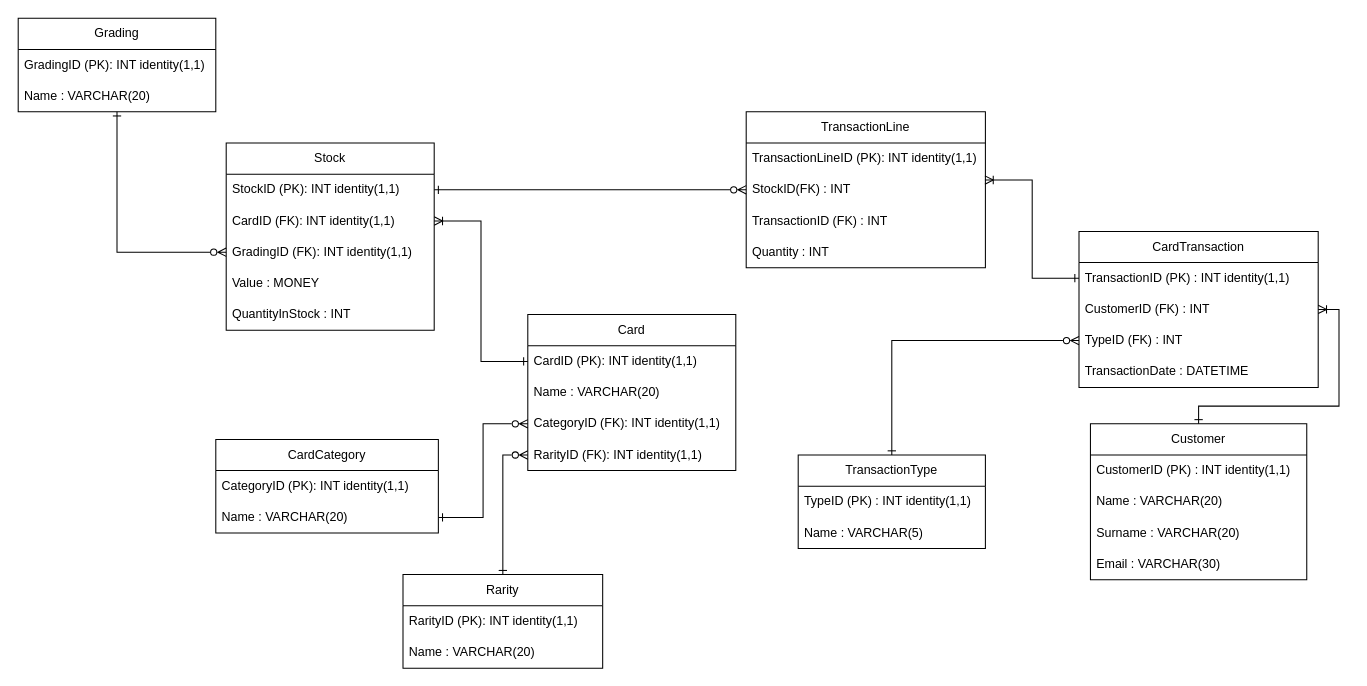
Before: Documentation/LevelUp1LogicalERD.drawio in bbd-grad-levelups/Fantasy-Trading-Card-Database, a draw.io diagram. Source tidied: cells renumbered, new cells numbered last; positions are measured from the earlier drawing's top-left corner, leaving out a move shared by most shapes. Both pictures are drawn from the tidied source at 104%, with x=0, y=0 at pixel (18, 18).
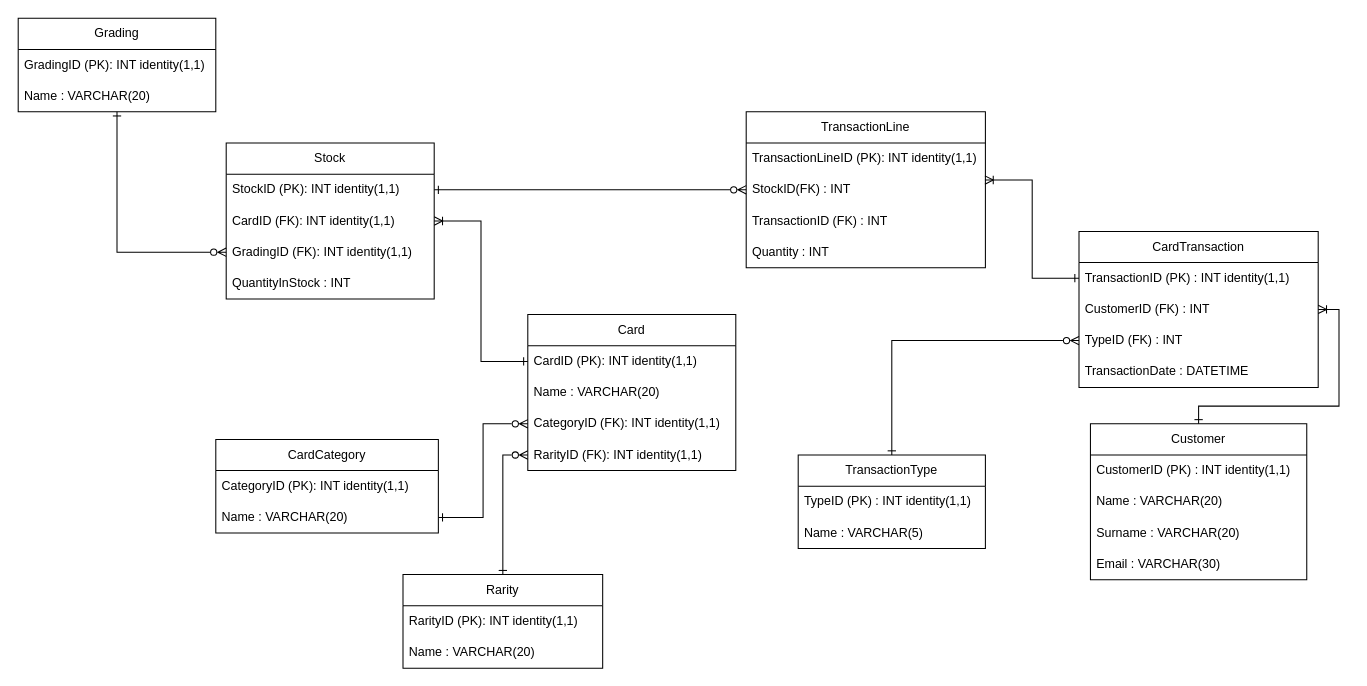
The same diagram, later.

Commit message (it also covers changes not shown here):
Removed Value field

Change to the diagram source:
```diff
@@
     <mxCell id="40" value="Stock" style="swimlane;fontStyle=0;horizontal=1;startSize=30;whiteSpace=wrap;html=1;" parent="1" vertex="1">
-      <mxGeometry x="200" y="120" width="200" height="180" as="geometry" />
+      <mxGeometry x="200" y="120" width="200" height="150" as="geometry" />
     </mxCell>
@@
-    <mxCell id="44" value="Value : MONEY" style="text;strokeColor=none;fillColor=none;align=left;verticalAlign=middle;spacingLeft=4;spacingRight=4;overflow=hidden;whiteSpace=wrap;html=1;" parent="40" vertex="1">
-      <mxGeometry y="120" width="200" height="30" as="geometry" />
-    </mxCell>
     <mxCell id="45" value="QuantityInStock : INT" style="text;strokeColor=none;fillColor=none;align=left;verticalAlign=middle;spacingLeft=4;spacingRight=4;overflow=hidden;whiteSpace=wrap;html=1;" parent="40" vertex="1">
-      <mxGeometry y="150" width="200" height="30" as="geometry" />
+      <mxGeometry y="120" width="200" height="30" as="geometry" />
     </mxCell>
```
